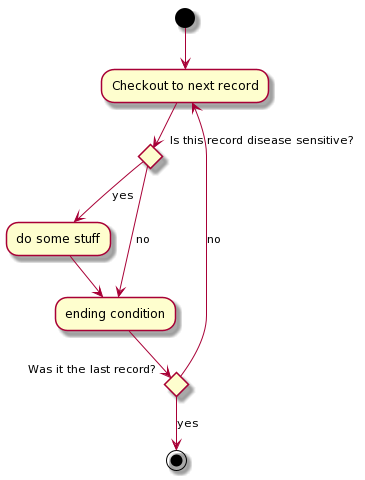
Above: out/dokumentacja/Activity_diagram/infect_round/infect_round_07052020/infect_round_07052020.png in karolWazny/plague-repo (PlantUML), before the change. The source it was exported from:
```plantuml
@startuml
(*) --> "Checkout to next record"

if "Is this record disease sensitive?" then
    -->[yes] "do some stuff"
    -->"ending condition"
    else
    -->[no]"ending condition"

    if "Was it the last record?" then
        -->[yes] (*)
    else
        -->[no]"Checkout to next record"
@enduml
```
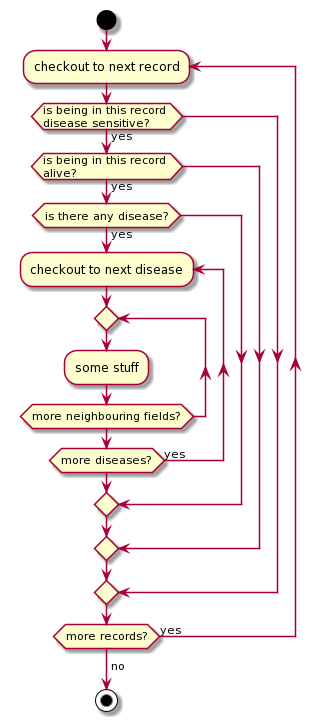
The same file after the commit.

Commit message:
infect round wersja niepełna

Diff of the diagram source:
```diff
@@ -1,14 +1,19 @@
 @startuml
-(*) --> "Checkout to next record"
+start
 
-if "Is this record disease sensitive?" then
-    -->[yes] "do some stuff"
-    -->"ending condition"
-    else
-    -->[no]"ending condition"
-
-    if "Was it the last record?" then
-        -->[yes] (*)
-    else
-        -->[no]"Checkout to next record"
+repeat :checkout to next record;
+  if (is being in this record \ndisease sensitive?) then (yes)
+    if (is being in this record \nalive?) then (yes)
+        if (is there any disease?) then (yes)
+            repeat :checkout to next disease;
+                repeat
+                    :some stuff;
+                repeat while(more neighbouring fields?);
+            repeat while (more diseases?) is (yes)
+        endif
+    endif
+  endif
+repeat while (more records?) is (yes)
+->no;
+stop
 @enduml
```
